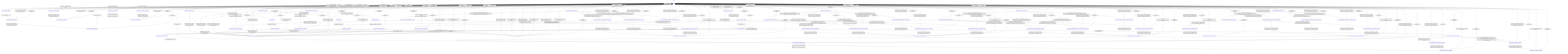
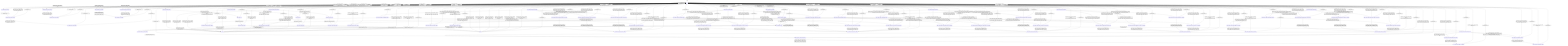
stateDiagram-v2
  direction TB
  [*] --> ready
  ready --> state_bind_storage_decision : bind_storage_runtime [guard_storage_bind_valid_without_mmap_resident_] / effect_bind_storage_
  ready --> state_bind_storage_error_decision : bind_storage_runtime [storage_bind_invalid_] / record_bind_storage_invalid_request_
  ready --> state_bind_storage_error_decision : bind_storage_runtime [guard_storage_bind_valid_with_mmap_resident_] / record_bind_storage_invalid_request_
  state_bind_storage_decision --> state_bind_storage_done_decision : completion_bind_storage_runtime_ [always] / none
  state_bind_storage_done_decision --> state_bind_storage_done_callback : completion_bind_storage_runtime_ [bind_storage_done_callback_present_] / publish_bind_storage_done_
  state_bind_storage_done_decision --> ready : completion_bind_storage_runtime_ [bind_storage_done_callback_absent_] / record_bind_storage_done_
  state_bind_storage_done_callback --> ready : completion_bind_storage_runtime_ [always] / none
  state_bind_storage_error_decision --> state_bind_storage_error_callback : completion_bind_storage_runtime_ [bind_storage_error_callback_present_] / publish_bind_storage_error_
  state_bind_storage_error_decision --> ready : completion_bind_storage_runtime_ [bind_storage_error_callback_absent_] / none
  state_bind_storage_error_callback --> ready : completion_bind_storage_runtime_ [always] / none
  state_awaiting_effects --> state_bind_storage_busy_error_callback : bind_storage_runtime [bind_storage_error_callback_present_] / publish_bind_storage_error_
  state_awaiting_effects --> state_awaiting_effects : bind_storage_runtime [bind_storage_error_callback_absent_] / record_bind_storage_invalid_request_
  state_bind_storage_busy_error_callback --> state_awaiting_effects : completion_bind_storage_runtime_ [always] / none
  ready --> state_plan_load_done_decision : plan_load_runtime [plan_load_valid_without_io_strategy_] / effect_plan_load_
  ready --> state_plan_load_done_decision : plan_load_runtime [plan_load_valid_with_io_strategy_] / effect_plan_io_load_
  ready --> state_plan_load_error_decision : plan_load_runtime [plan_load_invalid_request_] / none
  ready --> state_plan_load_capacity_error_decision : plan_load_runtime [plan_load_invalid_capacity_] / none
  state_plan_load_done_decision --> state_plan_load_done_callback : completion_plan_load_runtime_ [plan_load_done_callback_present_] / publish_plan_load_done_
  state_plan_load_done_decision --> state_awaiting_effects : completion_plan_load_runtime_ [plan_load_done_callback_absent_] / record_plan_load_done_
  state_plan_load_done_callback --> state_awaiting_effects : completion_plan_load_runtime_ [always] / none
  state_plan_load_error_decision --> state_plan_load_error_callback : completion_plan_load_runtime_ [plan_load_error_callback_present_] / publish_plan_load_invalid_request_
  state_plan_load_error_decision --> ready : completion_plan_load_runtime_ [plan_load_error_callback_absent_] / record_plan_load_invalid_request_
  state_plan_load_capacity_error_decision --> state_plan_load_error_callback : completion_plan_load_runtime_ [plan_load_error_callback_present_] / publish_plan_load_capacity_error_
  state_plan_load_capacity_error_decision --> ready : completion_plan_load_runtime_ [plan_load_error_callback_absent_] / record_plan_load_capacity_error_
  state_plan_load_error_callback --> ready : completion_plan_load_runtime_ [always] / none
  state_awaiting_effects --> state_apply_effect_results_request_decision : apply_effect_results_runtime [always] / none
  state_apply_effect_results_request_decision --> state_apply_effect_results_error_decision : completion_apply_effect_results_runtime_ [apply_results_invalid_] / none
  state_apply_effect_results_request_decision --> state_apply_effect_results_backend_error_decision : completion_apply_effect_results_runtime_ [apply_results_valid_with_effect_errors_] / none
  state_apply_effect_results_request_decision --> state_apply_effect_results_done_decision : completion_apply_effect_results_runtime_ [apply_results_valid_without_effect_errors_without_record_output_] / effect_apply_results_
  state_apply_effect_results_request_decision --> state_apply_effect_results_done_decision : completion_apply_effect_results_runtime_ [apply_results_valid_without_effect_errors_with_record_output_] / effect_apply_results_with_record_output_
  ready --> state_apply_effect_results_error_decision : apply_effect_results_runtime [always] / none
  state_apply_effect_results_done_decision --> state_apply_effect_results_done_callback : completion_apply_effect_results_runtime_ [apply_effect_results_done_callback_present_] / publish_apply_effect_results_done_
  state_apply_effect_results_done_decision --> ready : completion_apply_effect_results_runtime_ [apply_effect_results_done_callback_absent_] / record_apply_effect_results_done_
  state_apply_effect_results_done_callback --> ready : completion_apply_effect_results_runtime_ [always] / none
  state_apply_effect_results_error_decision --> state_apply_effect_results_error_callback : completion_apply_effect_results_runtime_ [apply_effect_results_error_callback_present_] / publish_apply_effect_results_invalid_request_
  state_apply_effect_results_error_decision --> ready : completion_apply_effect_results_runtime_ [apply_effect_results_error_callback_absent_] / record_apply_effect_results_invalid_request_
  state_apply_effect_results_backend_error_decision --> state_apply_effect_results_error_callback : completion_apply_effect_results_runtime_ [apply_effect_results_error_callback_present_] / publish_apply_effect_results_backend_error_
  state_apply_effect_results_backend_error_decision --> ready : completion_apply_effect_results_runtime_ [apply_effect_results_error_callback_absent_] / record_apply_effect_results_backend_error_
  state_apply_effect_results_error_callback --> ready : completion_apply_effect_results_runtime_ [always] / none
  ready --> bind_tensor_request_decision : bind_tensor_runtime [always] / begin_bind_tensor_
  bind_tensor_request_decision --> bind_tensor_exec : completion_bind_tensor_runtime_ [bind_tensor_request_valid_] / none
  bind_tensor_request_decision --> errored : completion_bind_tensor_runtime_ [bind_tensor_request_invalid_] / mark_invalid_request_
  bind_tensor_exec --> bind_tensor_result_decision : completion_bind_tensor_runtime_ [always] / exec_bind_tensor_
  bind_tensor_result_decision --> done : completion_bind_tensor_runtime_ [operation_succeeded_] / none
  bind_tensor_result_decision --> errored : completion_bind_tensor_runtime_ [operation_not_dispatched_] / mark_invalid_request_
  ready --> evict_tensor_request_decision : evict_tensor_runtime [always] / begin_evict_tensor_
  evict_tensor_request_decision --> evict_tensor_exec : completion_evict_tensor_runtime_ [evict_tensor_request_valid_] / none
  evict_tensor_request_decision --> errored : completion_evict_tensor_runtime_ [evict_tensor_request_invalid_] / mark_invalid_request_
  evict_tensor_exec --> evict_tensor_result_decision : completion_evict_tensor_runtime_ [always] / exec_evict_tensor_
  evict_tensor_result_decision --> done : completion_evict_tensor_runtime_ [operation_succeeded_] / none
  evict_tensor_result_decision --> errored : completion_evict_tensor_runtime_ [operation_not_dispatched_] / mark_invalid_request_
  ready --> capture_tensor_state_request_decision : capture_tensor_state_runtime [always] / begin_capture_tensor_state_
  capture_tensor_state_request_decision --> capture_tensor_state_exec : completion_capture_tensor_state_runtime_ [capture_tensor_state_request_valid_] / none
  capture_tensor_state_request_decision --> errored : completion_capture_tensor_state_runtime_ [capture_tensor_state_request_invalid_] / mark_invalid_request_
  capture_tensor_state_exec --> capture_tensor_state_result_decision : completion_capture_tensor_state_runtime_ [always] / exec_capture_tensor_state_
  capture_tensor_state_result_decision --> done : completion_capture_tensor_state_runtime_ [operation_succeeded_] / none
  capture_tensor_state_result_decision --> errored : completion_capture_tensor_state_runtime_ [operation_not_dispatched_] / mark_invalid_request_
  done --> ready : completion_bind_tensor_runtime_ [error_code_output_present_] / publish_done_with_error_code_
  done --> ready : completion_bind_tensor_runtime_ [error_code_output_absent_] / publish_done_
  errored --> ready : completion_bind_tensor_runtime_ [error_code_output_present_] / publish_error_with_error_code_
  errored --> ready : completion_bind_tensor_runtime_ [error_code_output_absent_] / publish_error_
  done --> ready : completion_evict_tensor_runtime_ [error_code_output_present_] / publish_done_with_error_code_
  done --> ready : completion_evict_tensor_runtime_ [error_code_output_absent_] / publish_done_
  errored --> ready : completion_evict_tensor_runtime_ [error_code_output_present_] / publish_error_with_error_code_
  errored --> ready : completion_evict_tensor_runtime_ [error_code_output_absent_] / publish_error_
  done --> ready : completion_capture_tensor_state_runtime_ [error_code_output_present_] / publish_done_with_error_code_
  done --> ready : completion_capture_tensor_state_runtime_ [error_code_output_absent_] / publish_done_
  errored --> ready : completion_capture_tensor_state_runtime_ [error_code_output_present_] / publish_error_with_error_code_
  errored --> ready : completion_capture_tensor_state_runtime_ [error_code_output_absent_] / publish_error_
  ready --> state_request_mapped_load_decision : request_mapped_load_runtime [always] / effect_begin_request_mapped_load_
  state_request_mapped_load_decision --> state_request_mapped_load_unsupported_io_mmap_error_decision : completion_request_mapped_load_runtime_ [request_mapped_load_io_mmap_absent_] / effect_mark_request_mapped_load_unsupported_io_mmap_
  state_request_mapped_load_decision --> state_request_mapped_load_invalid_request_error_decision : completion_request_mapped_load_runtime_ [request_mapped_load_io_mmap_present_request_invalid_] / effect_mark_request_mapped_load_invalid_request_
  state_request_mapped_load_decision --> state_request_mapped_load_already_resident_error_decision : completion_request_mapped_load_runtime_ [request_mapped_load_io_mmap_present_request_valid_already_resident_] / effect_mark_request_mapped_load_tensor_already_resident_
  state_request_mapped_load_decision --> state_request_mapped_load_dispatch_decision : completion_request_mapped_load_runtime_ [request_mapped_load_io_mmap_present_request_valid_tensor_unbound_] / effect_attempt_request_mapped_load_dispatch_
  state_request_mapped_load_dispatch_decision --> state_request_mapped_load_done_callback : completion_request_mapped_load_runtime_ [request_mapped_load_io_mmap_succeeded_] / effect_commit_request_mapped_load_
  state_request_mapped_load_dispatch_decision --> state_request_mapped_load_io_mmap_error_decision : completion_request_mapped_load_runtime_ [request_mapped_load_io_mmap_failed_] / effect_mark_request_mapped_load_io_mmap_failed_
  state_request_mapped_load_done_callback --> ready : completion_request_mapped_load_runtime_ [always] / effect_publish_request_mapped_load_done_
  state_request_mapped_load_invalid_request_error_decision --> state_request_mapped_load_error_callback : completion_request_mapped_load_runtime_ [request_mapped_load_error_callback_present_] / effect_publish_request_mapped_load_error_
  state_request_mapped_load_invalid_request_error_decision --> ready : completion_request_mapped_load_runtime_ [request_mapped_load_error_callback_absent_] / effect_record_request_mapped_load_error_
  state_request_mapped_load_unsupported_io_mmap_error_decision --> state_request_mapped_load_error_callback : completion_request_mapped_load_runtime_ [request_mapped_load_error_callback_present_] / effect_publish_request_mapped_load_error_
  state_request_mapped_load_unsupported_io_mmap_error_decision --> ready : completion_request_mapped_load_runtime_ [request_mapped_load_error_callback_absent_] / effect_record_request_mapped_load_error_
  state_request_mapped_load_already_resident_error_decision --> state_request_mapped_load_error_callback : completion_request_mapped_load_runtime_ [request_mapped_load_error_callback_present_] / effect_publish_request_mapped_load_error_
  state_request_mapped_load_already_resident_error_decision --> ready : completion_request_mapped_load_runtime_ [request_mapped_load_error_callback_absent_] / effect_record_request_mapped_load_error_
  state_request_mapped_load_io_mmap_error_decision --> state_request_mapped_load_error_callback : completion_request_mapped_load_runtime_ [request_mapped_load_error_callback_present_] / effect_publish_request_mapped_load_error_
  state_request_mapped_load_io_mmap_error_decision --> ready : completion_request_mapped_load_runtime_ [request_mapped_load_error_callback_absent_] / effect_record_request_mapped_load_error_
  state_request_mapped_load_error_callback --> ready : completion_request_mapped_load_runtime_ [always] / effect_record_request_mapped_load_error_
  ready --> state_request_read_load_decision : request_read_load_runtime [always] / effect_begin_request_read_load_
  state_request_read_load_decision --> state_request_read_load_unsupported_io_read_error_decision : completion_request_read_load_runtime_ [request_read_load_io_read_absent_] / effect_mark_request_read_load_unsupported_io_read_
  state_request_read_load_decision --> state_request_read_load_invalid_request_error_decision : completion_request_read_load_runtime_ [request_read_load_io_read_present_request_invalid_] / effect_mark_request_read_load_invalid_request_
  state_request_read_load_decision --> state_request_read_load_already_resident_error_decision : completion_request_read_load_runtime_ [request_read_load_io_read_present_request_valid_already_resident_] / effect_mark_request_read_load_tensor_already_resident_
  state_request_read_load_decision --> state_request_read_load_dispatch_decision : completion_request_read_load_runtime_ [request_read_load_io_read_present_request_valid_tensor_unbound_] / effect_attempt_request_read_load_dispatch_
  state_request_read_load_dispatch_decision --> state_request_read_load_done_callback : completion_request_read_load_runtime_ [request_read_load_io_read_succeeded_] / effect_commit_request_read_load_
  state_request_read_load_dispatch_decision --> state_request_read_load_invalid_request_error_decision : completion_request_read_load_runtime_ [request_read_load_io_read_invalid_request_] / effect_mark_request_read_load_invalid_request_
  state_request_read_load_dispatch_decision --> state_request_read_load_unsupported_io_read_error_decision : completion_request_read_load_runtime_ [request_read_load_io_read_unsupported_] / effect_mark_request_read_load_unsupported_io_read_
  state_request_read_load_dispatch_decision --> state_request_read_load_io_read_file_open_error_decision : completion_request_read_load_runtime_ [request_read_load_io_read_file_open_failed_] / effect_mark_request_read_load_io_read_failed_
  state_request_read_load_dispatch_decision --> state_request_read_load_io_read_file_read_error_decision : completion_request_read_load_runtime_ [request_read_load_io_read_file_read_or_other_failed_] / effect_mark_request_read_load_io_read_failed_
  state_request_read_load_done_callback --> ready : completion_request_read_load_runtime_ [always] / effect_publish_request_read_load_done_
  state_request_read_load_invalid_request_error_decision --> state_request_read_load_error_callback : completion_request_read_load_runtime_ [request_read_load_error_callback_present_] / effect_publish_request_read_load_error_
  state_request_read_load_invalid_request_error_decision --> ready : completion_request_read_load_runtime_ [request_read_load_error_callback_absent_] / effect_record_request_read_load_error_
  state_request_read_load_unsupported_io_read_error_decision --> state_request_read_load_error_callback : completion_request_read_load_runtime_ [request_read_load_error_callback_present_] / effect_publish_request_read_load_error_
  state_request_read_load_unsupported_io_read_error_decision --> ready : completion_request_read_load_runtime_ [request_read_load_error_callback_absent_] / effect_record_request_read_load_error_
  state_request_read_load_already_resident_error_decision --> state_request_read_load_error_callback : completion_request_read_load_runtime_ [request_read_load_error_callback_present_] / effect_publish_request_read_load_error_
  state_request_read_load_already_resident_error_decision --> ready : completion_request_read_load_runtime_ [request_read_load_error_callback_absent_] / effect_record_request_read_load_error_
  state_request_read_load_io_read_file_open_error_decision --> state_request_read_load_error_callback : completion_request_read_load_runtime_ [request_read_load_error_callback_present_] / effect_publish_request_read_load_error_
  state_request_read_load_io_read_file_open_error_decision --> ready : completion_request_read_load_runtime_ [request_read_load_error_callback_absent_] / effect_record_request_read_load_error_
  state_request_read_load_io_read_file_read_error_decision --> state_request_read_load_error_callback : completion_request_read_load_runtime_ [request_read_load_error_callback_present_] / effect_publish_request_read_load_error_
  state_request_read_load_io_read_file_read_error_decision --> ready : completion_request_read_load_runtime_ [request_read_load_error_callback_absent_] / effect_record_request_read_load_error_
  state_request_read_load_error_callback --> ready : completion_request_read_load_runtime_ [always] / effect_record_request_read_load_error_
  ready --> state_request_staged_load_decision : request_staged_load_runtime [always] / effect_begin_request_staged_load_
  state_request_staged_load_decision --> state_request_staged_load_unsupported_io_staged_read_error_decision : completion_request_staged_load_runtime_ [request_staged_load_io_staged_read_absent_] / effect_mark_request_staged_load_unsupported_io_staged_read_
  state_request_staged_load_decision --> state_request_staged_load_invalid_request_error_decision : completion_request_staged_load_runtime_ [request_staged_load_io_staged_read_present_request_invalid_] / effect_mark_request_staged_load_invalid_request_
  state_request_staged_load_decision --> state_request_staged_load_already_resident_error_decision : completion_request_staged_load_runtime_ [request_staged_load_io_staged_read_present_request_valid_already_resident_] / effect_mark_request_staged_load_tensor_already_resident_
  state_request_staged_load_decision --> state_request_staged_load_dispatch_decision : completion_request_staged_load_runtime_ [request_staged_load_io_staged_read_present_request_valid_tensor_unbound_] / effect_attempt_request_staged_load_dispatch_
  state_request_staged_load_dispatch_decision --> state_request_staged_load_done_callback : completion_request_staged_load_runtime_ [request_staged_load_io_staged_read_succeeded_] / effect_commit_request_staged_load_
  state_request_staged_load_dispatch_decision --> state_request_staged_load_invalid_request_error_decision : completion_request_staged_load_runtime_ [request_staged_load_io_staged_read_invalid_request_] / effect_mark_request_staged_load_invalid_request_
  state_request_staged_load_dispatch_decision --> state_request_staged_load_unsupported_io_staged_read_error_decision : completion_request_staged_load_runtime_ [request_staged_load_io_staged_read_unsupported_] / effect_mark_request_staged_load_unsupported_io_staged_read_
  state_request_staged_load_dispatch_decision --> state_request_staged_load_io_staged_read_error_decision : completion_request_staged_load_runtime_ [request_staged_load_io_staged_read_other_failed_] / effect_mark_request_staged_load_io_staged_read_failed_
  state_request_staged_load_done_callback --> ready : completion_request_staged_load_runtime_ [always] / effect_publish_request_staged_load_done_
  state_request_staged_load_invalid_request_error_decision --> state_request_staged_load_error_callback : completion_request_staged_load_runtime_ [request_staged_load_error_callback_present_] / effect_publish_request_staged_load_error_
  state_request_staged_load_invalid_request_error_decision --> ready : completion_request_staged_load_runtime_ [request_staged_load_error_callback_absent_] / effect_record_request_staged_load_error_
  state_request_staged_load_unsupported_io_staged_read_error_decision --> state_request_staged_load_error_callback : completion_request_staged_load_runtime_ [request_staged_load_error_callback_present_] / effect_publish_request_staged_load_error_
  state_request_staged_load_unsupported_io_staged_read_error_decision --> ready : completion_request_staged_load_runtime_ [request_staged_load_error_callback_absent_] / effect_record_request_staged_load_error_
  state_request_staged_load_already_resident_error_decision --> state_request_staged_load_error_callback : completion_request_staged_load_runtime_ [request_staged_load_error_callback_present_] / effect_publish_request_staged_load_error_
  state_request_staged_load_already_resident_error_decision --> ready : completion_request_staged_load_runtime_ [request_staged_load_error_callback_absent_] / effect_record_request_staged_load_error_
  state_request_staged_load_io_staged_read_error_decision --> state_request_staged_load_error_callback : completion_request_staged_load_runtime_ [request_staged_load_error_callback_present_] / effect_publish_request_staged_load_error_
  state_request_staged_load_io_staged_read_error_decision --> ready : completion_request_staged_load_runtime_ [request_staged_load_error_callback_absent_] / effect_record_request_staged_load_error_
  state_request_staged_load_error_callback --> ready : completion_request_staged_load_runtime_ [always] / effect_record_request_staged_load_error_
+   ready --> state_request_async_load_decision : request_async_load_runtime [always] / effect_begin_request_async_load_
+   state_request_async_load_decision --> state_request_async_load_unsupported_io_async_error_decision : completion_request_async_load_runtime_ [request_async_load_io_async_absent_] / effect_mark_request_async_load_unsupported_io_async_
+   state_request_async_load_decision --> state_request_async_load_invalid_request_error_decision : completion_request_async_load_runtime_ [request_async_load_io_async_present_request_invalid_] / effect_mark_request_async_load_invalid_request_
+   state_request_async_load_decision --> state_request_async_load_already_resident_error_decision : completion_request_async_load_runtime_ [request_async_load_io_async_present_request_valid_already_resident_] / effect_mark_request_async_load_tensor_already_resident_
+   state_request_async_load_decision --> state_request_async_load_dispatch_decision : completion_request_async_load_runtime_ [request_async_load_io_async_present_request_valid_tensor_unbound_] / effect_attempt_request_async_load_dispatch_
+   state_request_async_load_dispatch_decision --> state_request_async_load_progress_callback : completion_request_async_load_runtime_ [request_async_load_io_async_progressed_] / effect_record_request_async_load_progress_
+   state_request_async_load_dispatch_decision --> state_request_async_load_done_callback : completion_request_async_load_runtime_ [request_async_load_io_async_done_] / effect_commit_request_async_load_
+   state_request_async_load_dispatch_decision --> state_request_async_load_invalid_request_error_decision : completion_request_async_load_runtime_ [request_async_load_io_async_invalid_request_] / effect_mark_request_async_load_invalid_request_
+   state_request_async_load_dispatch_decision --> state_request_async_load_unsupported_io_async_error_decision : completion_request_async_load_runtime_ [request_async_load_io_async_unsupported_] / effect_mark_request_async_load_unsupported_io_async_
+   state_request_async_load_dispatch_decision --> state_request_async_load_io_async_error_decision : completion_request_async_load_runtime_ [request_async_load_io_async_other_failed_] / effect_mark_request_async_load_io_async_failed_
+   state_request_async_load_progress_callback --> ready : completion_request_async_load_runtime_ [always] / effect_publish_request_async_load_progress_done_
+   state_request_async_load_done_callback --> ready : completion_request_async_load_runtime_ [always] / effect_publish_request_async_load_done_
+   state_request_async_load_invalid_request_error_decision --> state_request_async_load_error_callback : completion_request_async_load_runtime_ [request_async_load_error_callback_present_] / effect_publish_request_async_load_error_
+   state_request_async_load_invalid_request_error_decision --> ready : completion_request_async_load_runtime_ [request_async_load_error_callback_absent_] / effect_record_request_async_load_error_
+   state_request_async_load_unsupported_io_async_error_decision --> state_request_async_load_error_callback : completion_request_async_load_runtime_ [request_async_load_error_callback_present_] / effect_publish_request_async_load_error_
+   state_request_async_load_unsupported_io_async_error_decision --> ready : completion_request_async_load_runtime_ [request_async_load_error_callback_absent_] / effect_record_request_async_load_error_
+   state_request_async_load_already_resident_error_decision --> state_request_async_load_error_callback : completion_request_async_load_runtime_ [request_async_load_error_callback_present_] / effect_publish_request_async_load_error_
+   state_request_async_load_already_resident_error_decision --> ready : completion_request_async_load_runtime_ [request_async_load_error_callback_absent_] / effect_record_request_async_load_error_
+   state_request_async_load_io_async_error_decision --> state_request_async_load_error_callback : completion_request_async_load_runtime_ [request_async_load_error_callback_present_] / effect_publish_request_async_load_error_
+   state_request_async_load_io_async_error_decision --> ready : completion_request_async_load_runtime_ [request_async_load_error_callback_absent_] / effect_record_request_async_load_error_
+   state_request_async_load_error_callback --> ready : completion_request_async_load_runtime_ [always] / effect_record_request_async_load_error_
  ready --> state_release_mapped_load_decision : release_mapped_load_runtime [always] / effect_begin_release_mapped_load_
  state_release_mapped_load_decision --> state_release_mapped_load_unsupported_io_mmap_error_decision : completion_release_mapped_load_runtime_ [release_mapped_load_io_mmap_absent_] / effect_mark_release_mapped_load_unsupported_io_mmap_
  state_release_mapped_load_decision --> state_release_mapped_load_invalid_request_error_decision : completion_release_mapped_load_runtime_ [release_mapped_load_io_mmap_present_request_invalid_] / effect_mark_release_mapped_load_invalid_request_
  state_release_mapped_load_decision --> state_release_mapped_load_handle_absent_error_decision : completion_release_mapped_load_runtime_ [release_mapped_load_io_mmap_present_request_valid_handle_absent_] / effect_mark_release_mapped_load_handle_absent_
  state_release_mapped_load_decision --> state_release_mapped_load_dispatch_decision : completion_release_mapped_load_runtime_ [release_mapped_load_io_mmap_present_request_valid_handle_present_] / effect_attempt_release_mapped_load_dispatch_
  state_release_mapped_load_dispatch_decision --> state_release_mapped_load_publish_done_decision : completion_release_mapped_load_runtime_ [release_mapped_load_io_mmap_succeeded_] / effect_commit_release_mapped_load_
  state_release_mapped_load_dispatch_decision --> state_release_mapped_load_io_mmap_error_decision : completion_release_mapped_load_runtime_ [release_mapped_load_io_mmap_failed_] / effect_mark_release_mapped_load_io_mmap_failed_
  state_release_mapped_load_publish_done_decision --> state_release_mapped_load_done_callback : completion_release_mapped_load_runtime_ [release_mapped_load_done_callback_present_] / effect_publish_release_mapped_load_done_
  state_release_mapped_load_publish_done_decision --> ready : completion_release_mapped_load_runtime_ [release_mapped_load_done_callback_absent_] / effect_record_release_mapped_load_done_
  state_release_mapped_load_done_callback --> ready : completion_release_mapped_load_runtime_ [always] / effect_record_release_mapped_load_done_
  state_release_mapped_load_invalid_request_error_decision --> state_release_mapped_load_error_callback : completion_release_mapped_load_runtime_ [release_mapped_load_error_callback_present_] / effect_publish_release_mapped_load_error_
  state_release_mapped_load_invalid_request_error_decision --> ready : completion_release_mapped_load_runtime_ [release_mapped_load_error_callback_absent_] / effect_record_release_mapped_load_error_
  state_release_mapped_load_unsupported_io_mmap_error_decision --> state_release_mapped_load_error_callback : completion_release_mapped_load_runtime_ [release_mapped_load_error_callback_present_] / effect_publish_release_mapped_load_error_
  state_release_mapped_load_unsupported_io_mmap_error_decision --> ready : completion_release_mapped_load_runtime_ [release_mapped_load_error_callback_absent_] / effect_record_release_mapped_load_error_
  state_release_mapped_load_handle_absent_error_decision --> state_release_mapped_load_error_callback : completion_release_mapped_load_runtime_ [release_mapped_load_error_callback_present_] / effect_publish_release_mapped_load_error_
  state_release_mapped_load_handle_absent_error_decision --> ready : completion_release_mapped_load_runtime_ [release_mapped_load_error_callback_absent_] / effect_record_release_mapped_load_error_
  state_release_mapped_load_io_mmap_error_decision --> state_release_mapped_load_error_callback : completion_release_mapped_load_runtime_ [release_mapped_load_error_callback_present_] / effect_publish_release_mapped_load_error_
  state_release_mapped_load_io_mmap_error_decision --> ready : completion_release_mapped_load_runtime_ [release_mapped_load_error_callback_absent_] / effect_record_release_mapped_load_error_
  state_release_mapped_load_error_callback --> ready : completion_release_mapped_load_runtime_ [always] / effect_record_release_mapped_load_error_
  ready --> ready : _ [always] / on_unexpected_
  state_bind_storage_decision --> ready : _ [always] / on_unexpected_
  state_bind_storage_done_decision --> ready : _ [always] / on_unexpected_
  state_bind_storage_done_callback --> ready : _ [always] / on_unexpected_
  state_bind_storage_error_decision --> ready : _ [always] / on_unexpected_
  state_bind_storage_error_callback --> ready : _ [always] / on_unexpected_
  state_bind_storage_busy_error_callback --> state_awaiting_effects : _ [always] / on_unexpected_
  state_plan_load_done_decision --> ready : _ [always] / on_unexpected_
  state_plan_load_done_callback --> ready : _ [always] / on_unexpected_
  state_plan_load_error_decision --> ready : _ [always] / on_unexpected_
  state_plan_load_capacity_error_decision --> ready : _ [always] / on_unexpected_
  state_plan_load_error_callback --> ready : _ [always] / on_unexpected_
  state_awaiting_effects --> ready : _ [always] / on_unexpected_
  state_apply_effect_results_request_decision --> ready : _ [always] / on_unexpected_
  state_apply_effect_results_done_decision --> ready : _ [always] / on_unexpected_
  state_apply_effect_results_done_callback --> ready : _ [always] / on_unexpected_
  state_apply_effect_results_error_decision --> ready : _ [always] / on_unexpected_
  state_apply_effect_results_backend_error_decision --> ready : _ [always] / on_unexpected_
  state_apply_effect_results_error_callback --> ready : _ [always] / on_unexpected_
  bind_tensor_request_decision --> ready : _ [always] / on_unexpected_
  bind_tensor_exec --> ready : _ [always] / on_unexpected_
  bind_tensor_result_decision --> ready : _ [always] / on_unexpected_
  evict_tensor_request_decision --> ready : _ [always] / on_unexpected_
  evict_tensor_exec --> ready : _ [always] / on_unexpected_
  evict_tensor_result_decision --> ready : _ [always] / on_unexpected_
  capture_tensor_state_request_decision --> ready : _ [always] / on_unexpected_
  capture_tensor_state_exec --> ready : _ [always] / on_unexpected_
  capture_tensor_state_result_decision --> ready : _ [always] / on_unexpected_
  done --> ready : _ [always] / on_unexpected_
  errored --> ready : _ [always] / on_unexpected_
  state_request_mapped_load_decision --> ready : _ [always] / on_unexpected_
  state_request_mapped_load_dispatch_decision --> ready : _ [always] / on_unexpected_
  state_request_mapped_load_done_callback --> ready : _ [always] / on_unexpected_
  state_request_mapped_load_invalid_request_error_decision --> ready : _ [always] / on_unexpected_
  state_request_mapped_load_unsupported_io_mmap_error_decision --> ready : _ [always] / on_unexpected_
  state_request_mapped_load_already_resident_error_decision --> ready : _ [always] / on_unexpected_
  state_request_mapped_load_io_mmap_error_decision --> ready : _ [always] / on_unexpected_
  state_request_mapped_load_error_callback --> ready : _ [always] / on_unexpected_
  state_request_read_load_decision --> ready : _ [always] / on_unexpected_
  state_request_read_load_dispatch_decision --> ready : _ [always] / on_unexpected_
  state_request_read_load_done_callback --> ready : _ [always] / on_unexpected_
  state_request_read_load_invalid_request_error_decision --> ready : _ [always] / on_unexpected_
  state_request_read_load_unsupported_io_read_error_decision --> ready : _ [always] / on_unexpected_
  state_request_read_load_already_resident_error_decision --> ready : _ [always] / on_unexpected_
  state_request_read_load_io_read_file_open_error_decision --> ready : _ [always] / on_unexpected_
  state_request_read_load_io_read_file_read_error_decision --> ready : _ [always] / on_unexpected_
  state_request_read_load_error_callback --> ready : _ [always] / on_unexpected_
  state_request_staged_load_decision --> ready : _ [always] / on_unexpected_
  state_request_staged_load_dispatch_decision --> ready : _ [always] / on_unexpected_
  state_request_staged_load_done_callback --> ready : _ [always] / on_unexpected_
  state_request_staged_load_invalid_request_error_decision --> ready : _ [always] / on_unexpected_
  state_request_staged_load_unsupported_io_staged_read_error_decision --> ready : _ [always] / on_unexpected_
  state_request_staged_load_already_resident_error_decision --> ready : _ [always] / on_unexpected_
  state_request_staged_load_io_staged_read_error_decision --> ready : _ [always] / on_unexpected_
  state_request_staged_load_error_callback --> ready : _ [always] / on_unexpected_
+   state_request_async_load_decision --> ready : _ [always] / on_unexpected_
+   state_request_async_load_dispatch_decision --> ready : _ [always] / on_unexpected_
+   state_request_async_load_progress_callback --> ready : _ [always] / on_unexpected_
+   state_request_async_load_done_callback --> ready : _ [always] / on_unexpected_
+   state_request_async_load_invalid_request_error_decision --> ready : _ [always] / on_unexpected_
+   state_request_async_load_unsupported_io_async_error_decision --> ready : _ [always] / on_unexpected_
+   state_request_async_load_already_resident_error_decision --> ready : _ [always] / on_unexpected_
+   state_request_async_load_io_async_error_decision --> ready : _ [always] / on_unexpected_
+   state_request_async_load_error_callback --> ready : _ [always] / on_unexpected_
  state_release_mapped_load_decision --> ready : _ [always] / on_unexpected_
  state_release_mapped_load_dispatch_decision --> ready : _ [always] / on_unexpected_
  state_release_mapped_load_publish_done_decision --> ready : _ [always] / on_unexpected_
  state_release_mapped_load_done_callback --> ready : _ [always] / on_unexpected_
  state_release_mapped_load_invalid_request_error_decision --> ready : _ [always] / on_unexpected_
  state_release_mapped_load_unsupported_io_mmap_error_decision --> ready : _ [always] / on_unexpected_
  state_release_mapped_load_handle_absent_error_decision --> ready : _ [always] / on_unexpected_
  state_release_mapped_load_io_mmap_error_decision --> ready : _ [always] / on_unexpected_
  state_release_mapped_load_error_callback --> ready : _ [always] / on_unexpected_
